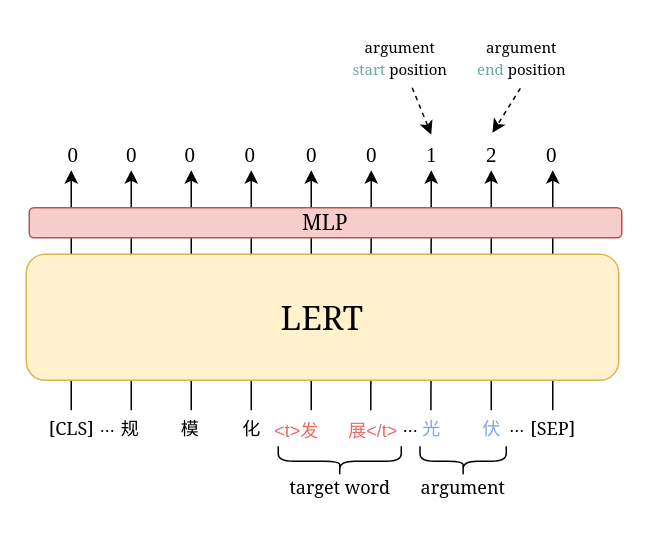
The draw.io diagram 子任务2.drawio in cocoWang0518/12345, before the edit. Source tidied: cells renumbered, new cells numbered last; positions are measured from the earlier drawing's top-left corner, leaving out a move shared by most shapes. Both pictures are drawn from the tidied source at 150%, with x=0, y=0 at pixel (26, 26).
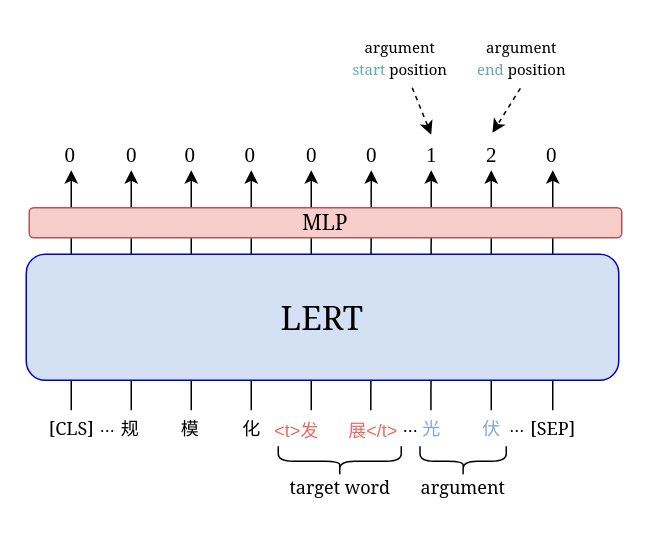
Above is the later version.

Commit message:
更新子任务2.drawio

What changed in the source:
```diff
@@
-    <mxCell id="22" value="&lt;font style=&quot;font-size: 22px;&quot; face=&quot;Georgia&quot;&gt;LERT&lt;/font&gt;" style="rounded=1;whiteSpace=wrap;html=1;fillColor=#fff2cc;strokeColor=#d6b656;" parent="1" vertex="1">
+    <mxCell id="22" value="&lt;font style=&quot;font-size: 22px;&quot; face=&quot;Georgia&quot;&gt;LERT&lt;/font&gt;" style="rounded=1;whiteSpace=wrap;html=1;fillColor=#D4E1F5;strokeColor=#0000CC;" parent="1" vertex="1">
       <mxGeometry y="152" width="395" height="84" as="geometry" />
     </mxCell>
@@
     <mxCell id="27" value="&lt;font face=&quot;Times New Roman&quot; style=&quot;font-size: 14px;&quot;&gt;0&lt;/font&gt;" style="text;html=1;align=center;verticalAlign=middle;strokeColor=none;fillColor=none;fontSize=14;" parent="1" vertex="1">
-      <mxGeometry x="18" y="71" width="25" height="29" as="geometry" />
+      <mxGeometry x="16" y="71" width="25" height="29" as="geometry" />
     </mxCell>
```
